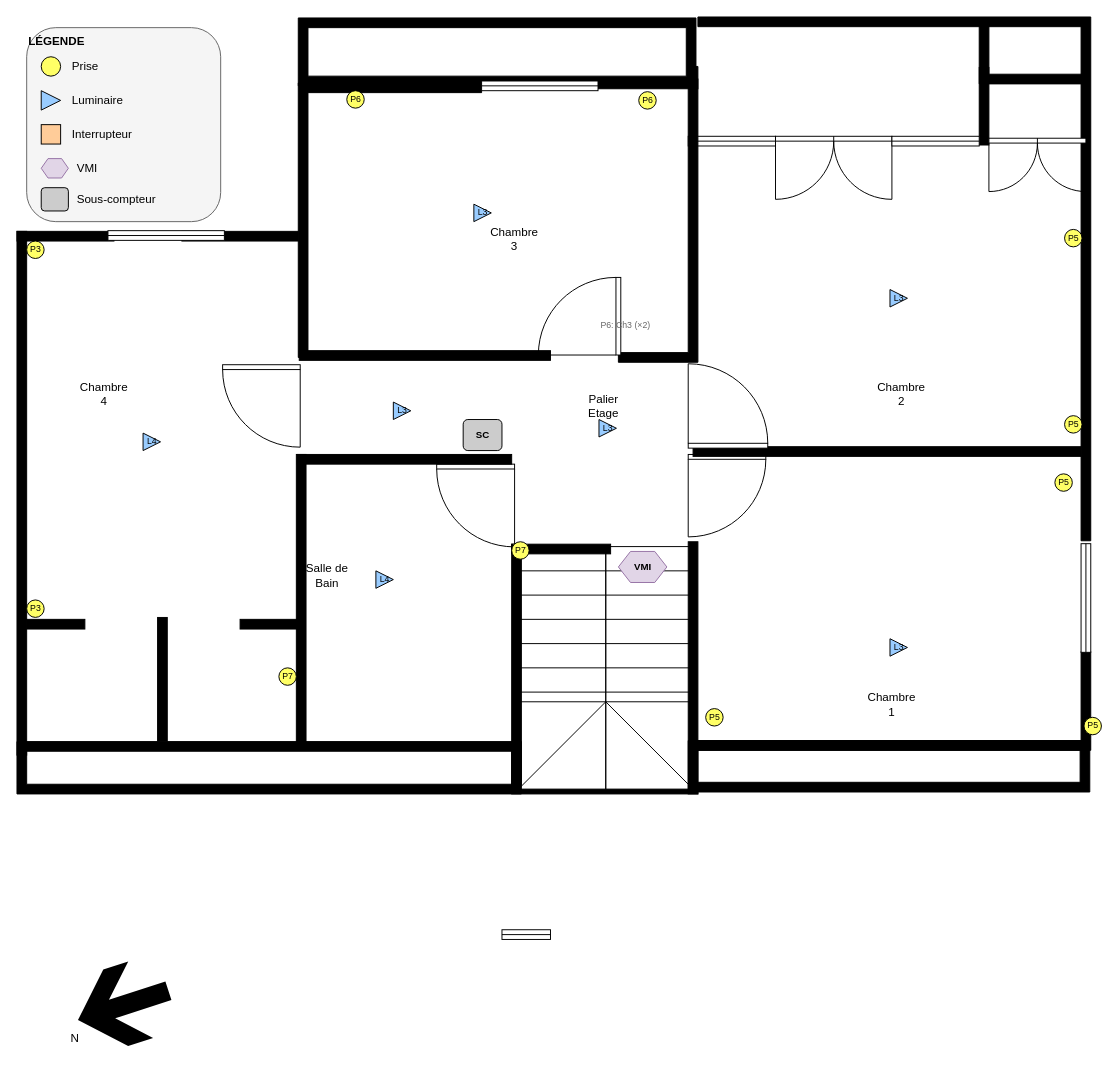
Earlier version of the draw.io diagram doc/plans_etage/Etage_elec.drawio (pledou/RenovationElectrique). Source tidied: cells renumbered, new cells numbered last; positions are measured from the earlier drawing's top-left corner, leaving out a move shared by most shapes. Both pictures are drawn from the tidied source at 97%, with x=0, y=0 at pixel (16, 16).
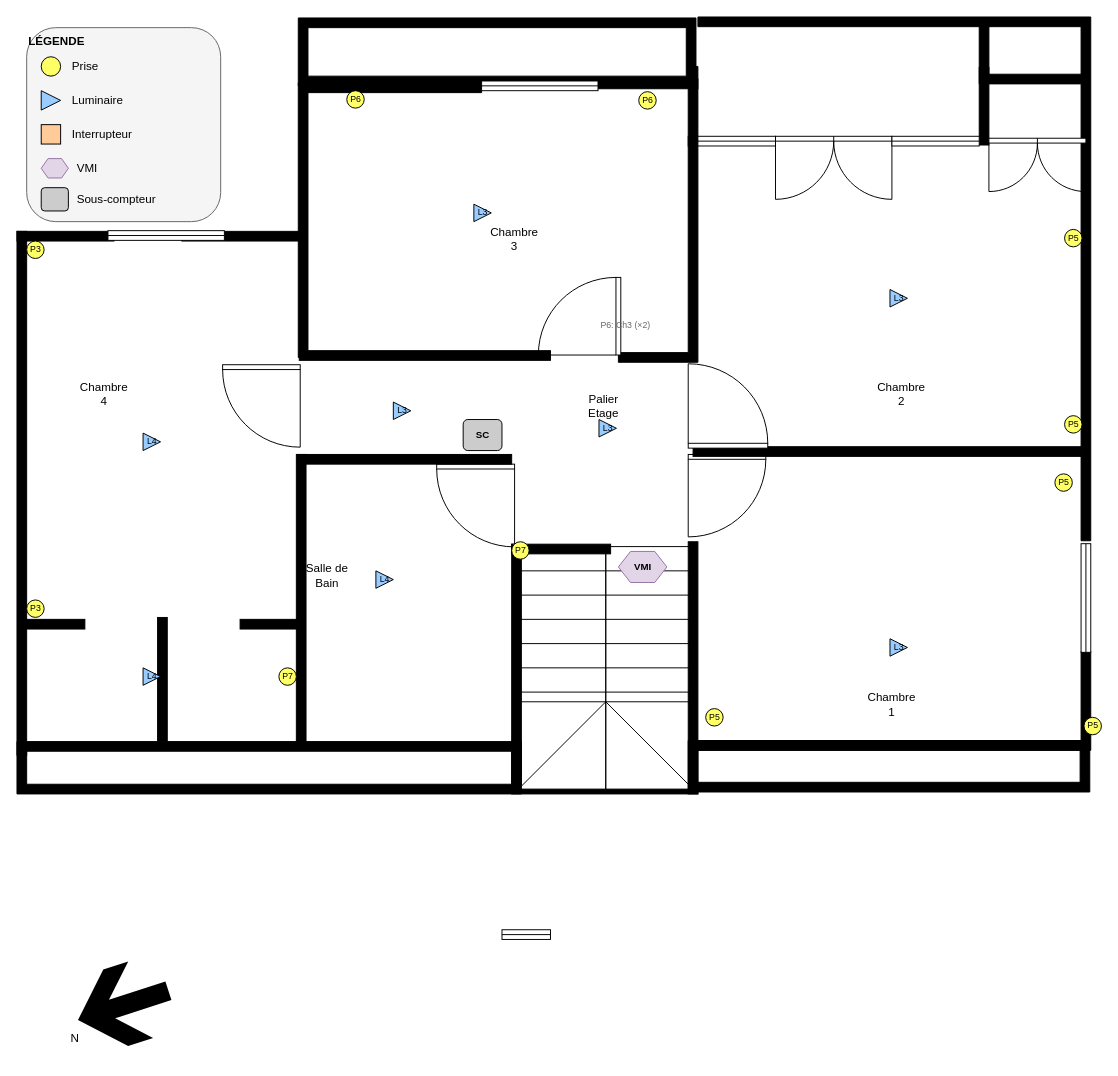
The same diagram, later.

Commit message (it also covers changes not shown here):
feat: add new lighting fixture in Chambre 4 and update floor plan

Diff of the diagram source:
```diff
@@
+    <mxCell id="81" value="L4" style="shape=triangle;fillColor=#99CCFF;strokeColor=#000000;html=1;fontSize=9;" parent="48" vertex="1">
+      <mxGeometry x="130" y="671" width="18" height="18" as="geometry" />
+    </mxCell>
```
